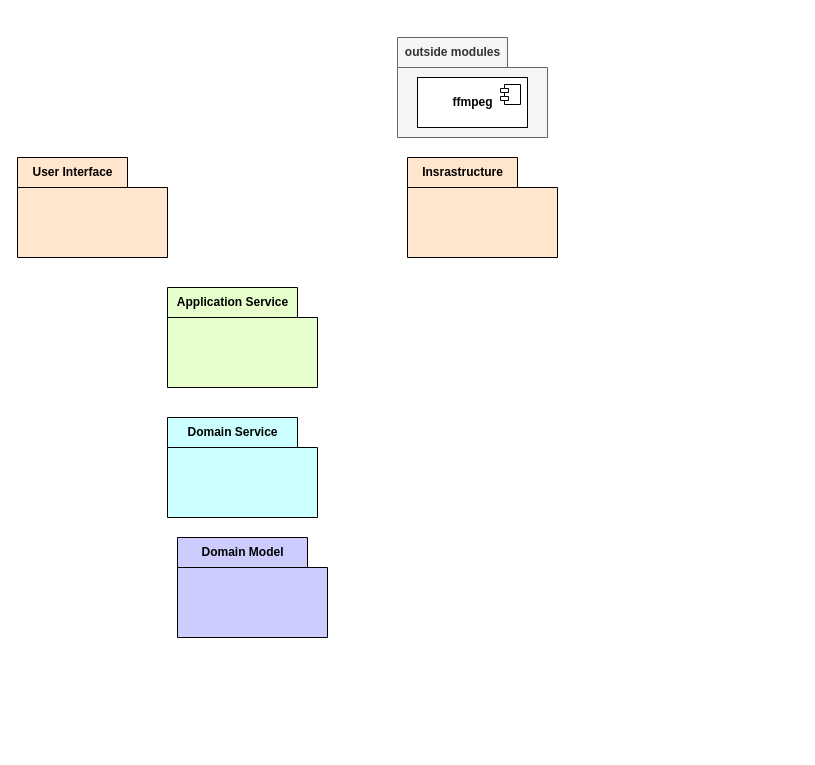
Before: page "コンポーネント図" (1 of 2) of Documents/SoftwareArchitecureDesign/SoftwareArchitecureDesign.drawio in bosssanovar/MyVideoSoucePreProcessor, a draw.io diagram. Source tidied: cells renumbered, new cells numbered last; positions are measured from the earlier drawing's top-left corner, leaving out a move shared by most shapes. Both pictures are drawn from the tidied source at 100%, with x=0, y=0 at pixel (17, 37).
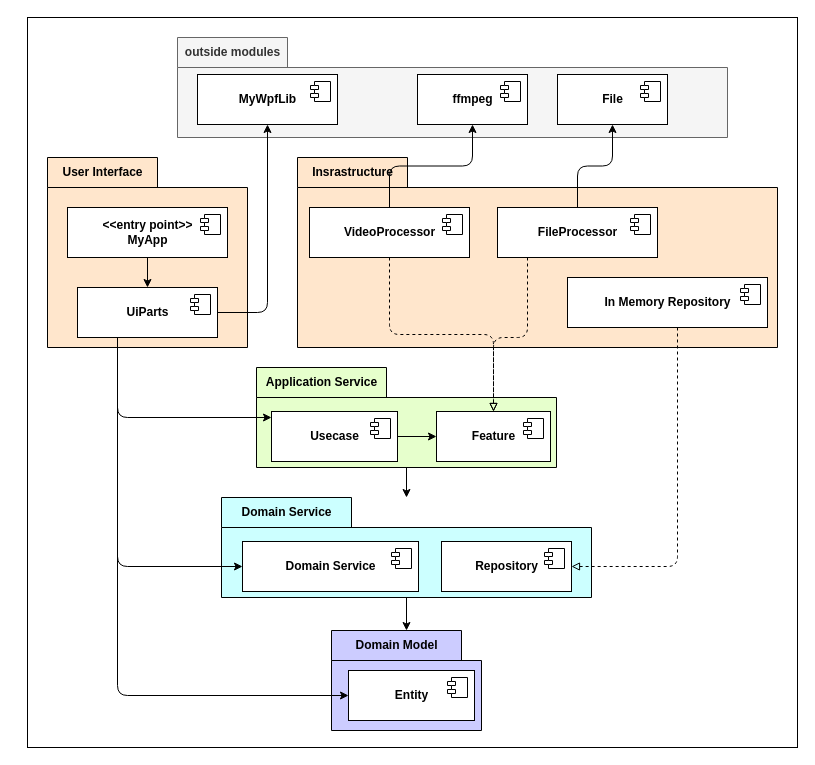
The same page after the edit.

The edit, as a diff of the source:
```diff
@@
+    <mxCell id="16" style="rounded=0;whiteSpace=wrap;html=1;strokeColor=default;fillColor=default;gradientColor=none;" parent="1" vertex="1">
+      <mxGeometry x="10" y="-20" width="770" height="730" as="geometry" />
+    </mxCell>
     <mxCell id="2" value="User Interface" style="shape=folder;fontStyle=1;tabWidth=110;tabHeight=30;tabPosition=left;html=1;boundedLbl=1;labelInHeader=1;fillColor=#FFE6CC;" parent="1" vertex="1">
-      <mxGeometry y="120" width="150" height="100" as="geometry" />
+      <mxGeometry x="30" y="120" width="200" height="190" as="geometry" />
     </mxCell>
     <mxCell id="3" style="html=1;strokeColor=none;fillColor=none;" parent="2" vertex="1">
-      <mxGeometry width="150" height="70" relative="1" as="geometry">
+      <mxGeometry width="200" height="133" relative="1" as="geometry">
         <mxPoint y="30" as="offset" />
       </mxGeometry>
     </mxCell>
+    <mxCell id="17" value="&lt;b&gt;UiParts&lt;/b&gt;" style="html=1;" parent="2" vertex="1">
+      <mxGeometry x="30" y="130" width="140" height="50" as="geometry" />
+    </mxCell>
+    <mxCell id="18" style="shape=module;jettyWidth=8;jettyHeight=4;strokeColor=default;fillColor=default;gradientColor=none;" parent="17" vertex="1">
+      <mxGeometry x="1" width="20" height="20" relative="1" as="geometry">
+        <mxPoint x="-27" y="7" as="offset" />
+      </mxGeometry>
+    </mxCell>
+    <mxCell id="19" style="edgeStyle=orthogonalEdgeStyle;html=1;endArrow=classic;endFill=1;" parent="2" edge="1" source="20" target="17">
+      <mxGeometry relative="1" as="geometry" />
+    </mxCell>
+    <mxCell id="20" value="&lt;b&gt;&amp;lt;&amp;lt;entry point&amp;gt;&amp;gt;&lt;br&gt;MyApp&lt;br&gt;&lt;/b&gt;" style="html=1;" parent="2" vertex="1">
+      <mxGeometry x="20" y="50" width="160" height="50" as="geometry" />
+    </mxCell>
+    <mxCell id="21" style="shape=module;jettyWidth=8;jettyHeight=4;strokeColor=default;fillColor=default;gradientColor=none;" parent="20" vertex="1">
+      <mxGeometry x="1" width="20" height="20" relative="1" as="geometry">
+        <mxPoint x="-27" y="7" as="offset" />
+      </mxGeometry>
+    </mxCell>
     <mxCell id="4" value="Insrastructure" style="shape=folder;fontStyle=1;tabWidth=110;tabHeight=30;tabPosition=left;html=1;boundedLbl=1;labelInHeader=1;fillColor=#FFE6CC;" parent="1" vertex="1">
-      <mxGeometry x="390" y="120" width="150" height="100" as="geometry" />
+      <mxGeometry x="280" y="120" width="480" height="190" as="geometry" />
     </mxCell>
     <mxCell id="5" style="html=1;strokeColor=none;fillColor=none;" parent="4" vertex="1">
-      <mxGeometry width="150" height="70" relative="1" as="geometry">
+      <mxGeometry width="410" height="133" relative="1" as="geometry">
         <mxPoint y="30" as="offset" />
       </mxGeometry>
     </mxCell>
+    <mxCell id="22" value="&lt;b&gt;VideoProcessor&lt;/b&gt;" style="html=1;" parent="4" vertex="1">
+      <mxGeometry x="12" y="50" width="160" height="50" as="geometry" />
+    </mxCell>
+    <mxCell id="23" style="shape=module;jettyWidth=8;jettyHeight=4;strokeColor=default;fillColor=default;gradientColor=none;" parent="22" vertex="1">
+      <mxGeometry x="1" width="20" height="20" relative="1" as="geometry">
+        <mxPoint x="-27" y="7" as="offset" />
+      </mxGeometry>
+    </mxCell>
+    <mxCell id="24" value="&lt;b&gt;FileProcessor&lt;/b&gt;" style="html=1;" parent="4" vertex="1">
+      <mxGeometry x="200" y="50" width="160" height="50" as="geometry" />
+    </mxCell>
+    <mxCell id="25" style="shape=module;jettyWidth=8;jettyHeight=4;strokeColor=default;fillColor=default;gradientColor=none;" parent="24" vertex="1">
+      <mxGeometry x="1" width="20" height="20" relative="1" as="geometry">
+        <mxPoint x="-27" y="7" as="offset" />
+      </mxGeometry>
+    </mxCell>
+    <mxCell id="26" value="&lt;b&gt;In Memory Repository&lt;/b&gt;" style="html=1;" parent="4" vertex="1">
+      <mxGeometry x="270" y="120" width="200" height="50" as="geometry" />
+    </mxCell>
+    <mxCell id="27" style="shape=module;jettyWidth=8;jettyHeight=4;strokeColor=default;fillColor=default;gradientColor=none;" parent="26" vertex="1">
+      <mxGeometry x="1" width="20" height="20" relative="1" as="geometry">
+        <mxPoint x="-27" y="7" as="offset" />
+      </mxGeometry>
+    </mxCell>
+    <mxCell id="28" style="edgeStyle=orthogonalEdgeStyle;html=1;endArrow=classic;endFill=1;" parent="1" edge="1" source="6" target="8">
+      <mxGeometry relative="1" as="geometry" />
+    </mxCell>
     <mxCell id="6" value="Application Service" style="shape=folder;fontStyle=1;tabWidth=130;tabHeight=30;tabPosition=left;html=1;boundedLbl=1;labelInHeader=1;fillColor=#E6FFCC;" parent="1" vertex="1">
-      <mxGeometry x="150" y="250" width="150" height="100" as="geometry" />
+      <mxGeometry x="239" y="330" width="300" height="100" as="geometry" />
     </mxCell>
     <mxCell id="7" style="html=1;strokeColor=none;fillColor=none;" parent="6" vertex="1">
-      <mxGeometry width="150" height="70" relative="1" as="geometry">
+      <mxGeometry width="300" height="70" relative="1" as="geometry">
         <mxPoint y="30" as="offset" />
       </mxGeometry>
     </mxCell>
+    <mxCell id="29" style="edgeStyle=orthogonalEdgeStyle;html=1;endArrow=classic;endFill=1;" parent="6" edge="1" source="30" target="32">
+      <mxGeometry relative="1" as="geometry" />
+    </mxCell>
+    <mxCell id="30" value="&lt;b&gt;Usecase&lt;/b&gt;" style="html=1;" parent="6" vertex="1">
+      <mxGeometry x="15" y="44" width="126" height="50" as="geometry" />
+    </mxCell>
+    <mxCell id="31" style="shape=module;jettyWidth=8;jettyHeight=4;strokeColor=default;fillColor=default;gradientColor=none;" parent="30" vertex="1">
+      <mxGeometry x="1" width="20" height="20" relative="1" as="geometry">
+        <mxPoint x="-27" y="7" as="offset" />
+      </mxGeometry>
+    </mxCell>
+    <mxCell id="32" value="&lt;b&gt;Feature&lt;/b&gt;" style="html=1;" parent="6" vertex="1">
+      <mxGeometry x="180" y="44" width="114" height="50" as="geometry" />
+    </mxCell>
+    <mxCell id="33" style="shape=module;jettyWidth=8;jettyHeight=4;strokeColor=default;fillColor=default;gradientColor=none;" parent="32" vertex="1">
+      <mxGeometry x="1" width="20" height="20" relative="1" as="geometry">
+        <mxPoint x="-27" y="7" as="offset" />
+      </mxGeometry>
+    </mxCell>
+    <mxCell id="34" style="edgeStyle=orthogonalEdgeStyle;html=1;endArrow=classic;endFill=1;" parent="1" edge="1" source="8" target="10">
+      <mxGeometry relative="1" as="geometry" />
+    </mxCell>
     <mxCell id="8" value="Domain Service" style="shape=folder;fontStyle=1;tabWidth=130;tabHeight=30;tabPosition=left;html=1;boundedLbl=1;labelInHeader=1;fillColor=#CCFFFF;" parent="1" vertex="1">
-      <mxGeometry x="150" y="380" width="150" height="100" as="geometry" />
+      <mxGeometry x="204" y="460" width="370" height="100" as="geometry" />
     </mxCell>
     <mxCell id="9" style="html=1;strokeColor=none;fillColor=none;" parent="8" vertex="1">
-      <mxGeometry width="150" height="70" relative="1" as="geometry">
+      <mxGeometry width="370" height="70" relative="1" as="geometry">
         <mxPoint y="30" as="offset" />
       </mxGeometry>
     </mxCell>
+    <mxCell id="35" value="&lt;b&gt;Domain Service&lt;/b&gt;" style="html=1;" parent="8" vertex="1">
+      <mxGeometry x="21" y="44" width="176" height="50" as="geometry" />
+    </mxCell>
+    <mxCell id="36" style="shape=module;jettyWidth=8;jettyHeight=4;strokeColor=default;fillColor=default;gradientColor=none;" parent="35" vertex="1">
+      <mxGeometry x="1" width="20" height="20" relative="1" as="geometry">
+        <mxPoint x="-27" y="7" as="offset" />
+      </mxGeometry>
+    </mxCell>
+    <mxCell id="37" value="&lt;b&gt;Repository&lt;/b&gt;" style="html=1;" parent="8" vertex="1">
+      <mxGeometry x="220" y="44" width="130" height="50" as="geometry" />
+    </mxCell>
+    <mxCell id="38" style="shape=module;jettyWidth=8;jettyHeight=4;strokeColor=default;fillColor=default;gradientColor=none;" parent="37" vertex="1">
+      <mxGeometry x="1" width="20" height="20" relative="1" as="geometry">
+        <mxPoint x="-27" y="7" as="offset" />
+      </mxGeometry>
+    </mxCell>
     <mxCell id="10" value="Domain Model" style="shape=folder;fontStyle=1;tabWidth=130;tabHeight=30;tabPosition=left;html=1;boundedLbl=1;labelInHeader=1;fillColor=#CCCCFF;gradientColor=none;" parent="1" vertex="1">
-      <mxGeometry x="160" y="500" width="150" height="100" as="geometry" />
+      <mxGeometry x="314" y="593" width="150" height="100" as="geometry" />
     </mxCell>
@@
+    <mxCell id="39" value="&lt;b&gt;Entity&lt;/b&gt;" style="html=1;" parent="10" vertex="1">
+      <mxGeometry x="17" y="40" width="126" height="50" as="geometry" />
+    </mxCell>
+    <mxCell id="40" style="shape=module;jettyWidth=8;jettyHeight=4;strokeColor=default;fillColor=default;gradientColor=none;" parent="39" vertex="1">
+      <mxGeometry x="1" width="20" height="20" relative="1" as="geometry">
+        <mxPoint x="-27" y="7" as="offset" />
+      </mxGeometry>
+    </mxCell>
     <mxCell id="12" value="outside modules" style="shape=folder;fontStyle=1;tabWidth=110;tabHeight=30;tabPosition=left;html=1;boundedLbl=1;labelInHeader=1;fillColor=#f5f5f5;fontColor=#333333;strokeColor=#666666;" parent="1" vertex="1">
-      <mxGeometry x="380" width="150" height="100" as="geometry" />
+      <mxGeometry x="160" width="550" height="100" as="geometry" />
     </mxCell>
     <mxCell id="13" style="html=1;strokeColor=none;fillColor=none;" parent="12" vertex="1">
-      <mxGeometry width="150" height="70" relative="1" as="geometry">
+      <mxGeometry width="550" height="70" relative="1" as="geometry">
         <mxPoint y="30" as="offset" />
       </mxGeometry>
     </mxCell>
+    <mxCell id="41" value="&lt;b&gt;MyWpfLib&lt;/b&gt;" style="html=1;" parent="12" vertex="1">
+      <mxGeometry x="20" y="37" width="140" height="50" as="geometry" />
+    </mxCell>
+    <mxCell id="42" style="shape=module;jettyWidth=8;jettyHeight=4;strokeColor=default;fillColor=default;gradientColor=none;" parent="41" vertex="1">
+      <mxGeometry x="1" width="20" height="20" relative="1" as="geometry">
+        <mxPoint x="-27" y="7" as="offset" />
+      </mxGeometry>
+    </mxCell>
     <mxCell id="14" value="&lt;b&gt;ffmpeg&lt;/b&gt;" style="html=1;" parent="12" vertex="1">
-      <mxGeometry x="20" y="40" width="110" height="50" as="geometry" />
+      <mxGeometry x="240" y="37" width="110" height="50" as="geometry" />
     </mxCell>
@@
+    <mxCell id="43" value="&lt;b&gt;File&lt;/b&gt;" style="html=1;" parent="12" vertex="1">
+      <mxGeometry x="380" y="37" width="110" height="50" as="geometry" />
+    </mxCell>
+    <mxCell id="44" style="shape=module;jettyWidth=8;jettyHeight=4;strokeColor=default;fillColor=default;gradientColor=none;" parent="43" vertex="1">
+      <mxGeometry x="1" width="20" height="20" relative="1" as="geometry">
+        <mxPoint x="-27" y="7" as="offset" />
+      </mxGeometry>
+    </mxCell>
+    <mxCell id="45" style="edgeStyle=orthogonalEdgeStyle;html=1;" parent="1" edge="1" source="17" target="41">
+      <mxGeometry relative="1" as="geometry">
+        <Array as="points">
+          <mxPoint x="250" y="275" />
+        </Array>
+      </mxGeometry>
+    </mxCell>
+    <mxCell id="46" style="edgeStyle=orthogonalEdgeStyle;html=1;" parent="1" edge="1" source="22" target="14">
+      <mxGeometry relative="1" as="geometry" />
+    </mxCell>
+    <mxCell id="47" style="edgeStyle=orthogonalEdgeStyle;html=1;" parent="1" edge="1" source="24" target="43">
+      <mxGeometry relative="1" as="geometry" />
+    </mxCell>
+    <mxCell id="48" style="edgeStyle=orthogonalEdgeStyle;html=1;" parent="1" edge="1" source="17" target="30">
+      <mxGeometry relative="1" as="geometry">
+        <Array as="points">
+          <mxPoint x="100" y="380" />
+        </Array>
+      </mxGeometry>
+    </mxCell>
+    <mxCell id="49" style="edgeStyle=orthogonalEdgeStyle;html=1;endArrow=block;endFill=0;dashed=1;" parent="1" edge="1" source="22" target="32">
+      <mxGeometry relative="1" as="geometry" />
+    </mxCell>
+    <mxCell id="50" style="edgeStyle=orthogonalEdgeStyle;html=1;endArrow=block;endFill=0;dashed=1;" parent="1" edge="1" source="24" target="32">
+      <mxGeometry relative="1" as="geometry">
+        <Array as="points">
+          <mxPoint x="510" y="300" />
+          <mxPoint x="476" y="300" />
+        </Array>
+      </mxGeometry>
+    </mxCell>
+    <mxCell id="51" style="edgeStyle=orthogonalEdgeStyle;html=1;endArrow=block;endFill=0;dashed=1;" parent="1" edge="1" source="26" target="37">
+      <mxGeometry relative="1" as="geometry">
+        <Array as="points">
+          <mxPoint x="660" y="529" />
+        </Array>
+      </mxGeometry>
+    </mxCell>
+    <mxCell id="52" style="edgeStyle=orthogonalEdgeStyle;html=1;endArrow=classic;endFill=1;" parent="1" edge="1" source="17" target="35">
+      <mxGeometry relative="1" as="geometry">
+        <Array as="points">
+          <mxPoint x="100" y="529" />
+        </Array>
+      </mxGeometry>
+    </mxCell>
+    <mxCell id="53" style="edgeStyle=orthogonalEdgeStyle;html=1;endArrow=classic;endFill=1;" parent="1" edge="1" source="17" target="39">
+      <mxGeometry relative="1" as="geometry">
+        <Array as="points">
+          <mxPoint x="100" y="658" />
+        </Array>
+      </mxGeometry>
+    </mxCell>
```
